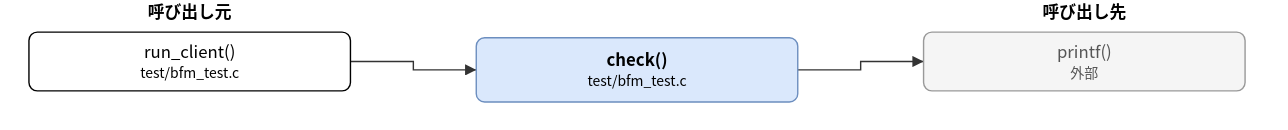
hf355051012-ai/bfmem keeps this draw.io diagram as doc/spec/images/call_test_bfm_test-check.drawio.svg. Above is the earlier version. Source tidied: cells renumbered, new cells last; positions are measured from the earlier drawing's top-left corner, leaving out a move shared by most shapes. Its diagram source:
```xml
<mxGraphModel>
  <root>
    <mxCell id="0" />
    <mxCell id="1" parent="0" />
    <mxCell id="2" value="check()&lt;br&gt;&lt;font style=&quot;font-size:10px&quot;&gt;test/bfm_test.c&lt;/font&gt;" style="rounded=1;whiteSpace=wrap;html=1;fillColor=#dae8fc;strokeColor=#6c8ebf;fontStyle=1;" parent="1" vertex="1">
      <mxGeometry x="320" y="27" width="230" height="46" as="geometry" />
    </mxCell>
    <mxCell id="3" value="run_client()&lt;br&gt;&lt;font style=&quot;font-size:10px&quot;&gt;test/bfm_test.c&lt;/font&gt;" style="rounded=1;whiteSpace=wrap;html=1;" parent="1" vertex="1">
      <mxGeometry y="23" width="230" height="42" as="geometry" />
    </mxCell>
    <mxCell id="4" value="printf()&lt;br&gt;&lt;font style=&quot;font-size:10px&quot;&gt;外部&lt;/font&gt;" style="rounded=1;whiteSpace=wrap;html=1;fillColor=#f5f5f5;strokeColor=#999999;fontColor=#555555;" parent="1" vertex="1">
      <mxGeometry x="640" y="23" width="230" height="42" as="geometry" />
    </mxCell>
    <mxCell id="5" style="edgeStyle=none;html=1;rounded=0;endArrow=block;endFill=1;exitX=1.0000;exitY=0.5000;exitDx=0;exitDy=0;exitPerimeter=0;entryX=0.0000;entryY=0.5000;entryDx=0;entryDy=0;entryPerimeter=0;" parent="1" edge="1" source="3" target="2">
      <mxGeometry relative="1" as="geometry">
        <Array as="points">
          <mxPoint x="275" y="44" />
          <mxPoint x="275" y="50" />
        </Array>
      </mxGeometry>
    </mxCell>
    <mxCell id="6" style="edgeStyle=none;html=1;rounded=0;endArrow=block;endFill=1;exitX=1.0000;exitY=0.5000;exitDx=0;exitDy=0;exitPerimeter=0;entryX=0.0000;entryY=0.5000;entryDx=0;entryDy=0;entryPerimeter=0;" parent="1" edge="1" source="2" target="4">
      <mxGeometry relative="1" as="geometry">
        <Array as="points">
          <mxPoint x="595" y="50" />
          <mxPoint x="595" y="44" />
        </Array>
      </mxGeometry>
    </mxCell>
    <mxCell id="7" value="呼び出し元" style="text;html=1;align=center;fontStyle=1;" parent="1" vertex="1">
      <mxGeometry x="35" width="160" height="18" as="geometry" />
    </mxCell>
    <mxCell id="8" value="呼び出し先" style="text;html=1;align=center;fontStyle=1;" parent="1" vertex="1">
      <mxGeometry x="675" width="160" height="18" as="geometry" />
    </mxCell>
  </root>
</mxGraphModel>
```
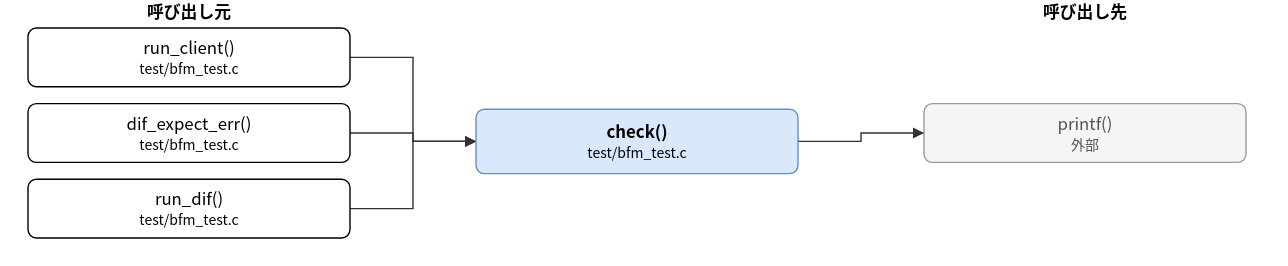
Above is the later version.

Diff of the diagram source:
```diff
@@ -3,30 +3,52 @@
     <mxCell id="0" />
     <mxCell id="1" parent="0" />
     <mxCell id="2" value="check()&lt;br&gt;&lt;font style=&quot;font-size:10px&quot;&gt;test/bfm_test.c&lt;/font&gt;" style="rounded=1;whiteSpace=wrap;html=1;fillColor=#dae8fc;strokeColor=#6c8ebf;fontStyle=1;" parent="1" vertex="1">
-      <mxGeometry x="320" y="27" width="230" height="46" as="geometry" />
+      <mxGeometry x="320" y="78" width="230" height="46" as="geometry" />
     </mxCell>
     <mxCell id="3" value="run_client()&lt;br&gt;&lt;font style=&quot;font-size:10px&quot;&gt;test/bfm_test.c&lt;/font&gt;" style="rounded=1;whiteSpace=wrap;html=1;" parent="1" vertex="1">
-      <mxGeometry y="23" width="230" height="42" as="geometry" />
+      <mxGeometry y="20" width="230" height="42" as="geometry" />
     </mxCell>
+    <mxCell id="9" value="dif_expect_err()&lt;br&gt;&lt;font style=&quot;font-size:10px&quot;&gt;test/bfm_test.c&lt;/font&gt;" style="rounded=1;whiteSpace=wrap;html=1;" parent="1" vertex="1">
+      <mxGeometry y="74" width="230" height="42" as="geometry" />
+    </mxCell>
+    <mxCell id="10" value="run_dif()&lt;br&gt;&lt;font style=&quot;font-size:10px&quot;&gt;test/bfm_test.c&lt;/font&gt;" style="rounded=1;whiteSpace=wrap;html=1;" parent="1" vertex="1">
+      <mxGeometry y="128" width="230" height="42" as="geometry" />
+    </mxCell>
     <mxCell id="4" value="printf()&lt;br&gt;&lt;font style=&quot;font-size:10px&quot;&gt;外部&lt;/font&gt;" style="rounded=1;whiteSpace=wrap;html=1;fillColor=#f5f5f5;strokeColor=#999999;fontColor=#555555;" parent="1" vertex="1">
-      <mxGeometry x="640" y="23" width="230" height="42" as="geometry" />
+      <mxGeometry x="640" y="74" width="230" height="42" as="geometry" />
     </mxCell>
     <mxCell id="5" style="edgeStyle=none;html=1;rounded=0;endArrow=block;endFill=1;exitX=1.0000;exitY=0.5000;exitDx=0;exitDy=0;exitPerimeter=0;entryX=0.0000;entryY=0.5000;entryDx=0;entryDy=0;entryPerimeter=0;" parent="1" edge="1" source="3" target="2">
       <mxGeometry relative="1" as="geometry">
         <Array as="points">
-          <mxPoint x="275" y="44" />
-          <mxPoint x="275" y="50" />
+          <mxPoint x="275" y="41" />
+          <mxPoint x="275" y="101" />
         </Array>
       </mxGeometry>
     </mxCell>
-    <mxCell id="6" style="edgeStyle=none;html=1;rounded=0;endArrow=block;endFill=1;exitX=1.0000;exitY=0.5000;exitDx=0;exitDy=0;exitPerimeter=0;entryX=0.0000;entryY=0.5000;entryDx=0;entryDy=0;entryPerimeter=0;" parent="1" edge="1" source="2" target="4">
+    <mxCell id="6" style="edgeStyle=none;html=1;rounded=0;endArrow=block;endFill=1;exitX=1.0000;exitY=0.5000;exitDx=0;exitDy=0;exitPerimeter=0;entryX=0.0000;entryY=0.5000;entryDx=0;entryDy=0;entryPerimeter=0;" parent="1" edge="1" source="9" target="2">
       <mxGeometry relative="1" as="geometry">
         <Array as="points">
-          <mxPoint x="595" y="50" />
-          <mxPoint x="595" y="44" />
+          <mxPoint x="275" y="95" />
+          <mxPoint x="275" y="101" />
         </Array>
       </mxGeometry>
     </mxCell>
+    <mxCell id="11" style="edgeStyle=none;html=1;rounded=0;endArrow=block;endFill=1;exitX=1.0000;exitY=0.5000;exitDx=0;exitDy=0;exitPerimeter=0;entryX=0.0000;entryY=0.5000;entryDx=0;entryDy=0;entryPerimeter=0;" parent="1" edge="1" source="10" target="2">
+      <mxGeometry relative="1" as="geometry">
+        <Array as="points">
+          <mxPoint x="275" y="149" />
+          <mxPoint x="275" y="101" />
+        </Array>
+      </mxGeometry>
+    </mxCell>
+    <mxCell id="12" style="edgeStyle=none;html=1;rounded=0;endArrow=block;endFill=1;exitX=1.0000;exitY=0.5000;exitDx=0;exitDy=0;exitPerimeter=0;entryX=0.0000;entryY=0.5000;entryDx=0;entryDy=0;entryPerimeter=0;" parent="1" edge="1" source="2" target="4">
+      <mxGeometry relative="1" as="geometry">
+        <Array as="points">
+          <mxPoint x="595" y="101" />
+          <mxPoint x="595" y="95" />
+        </Array>
+      </mxGeometry>
+    </mxCell>
     <mxCell id="7" value="呼び出し元" style="text;html=1;align=center;fontStyle=1;" parent="1" vertex="1">
       <mxGeometry x="35" width="160" height="18" as="geometry" />
     </mxCell>
```
